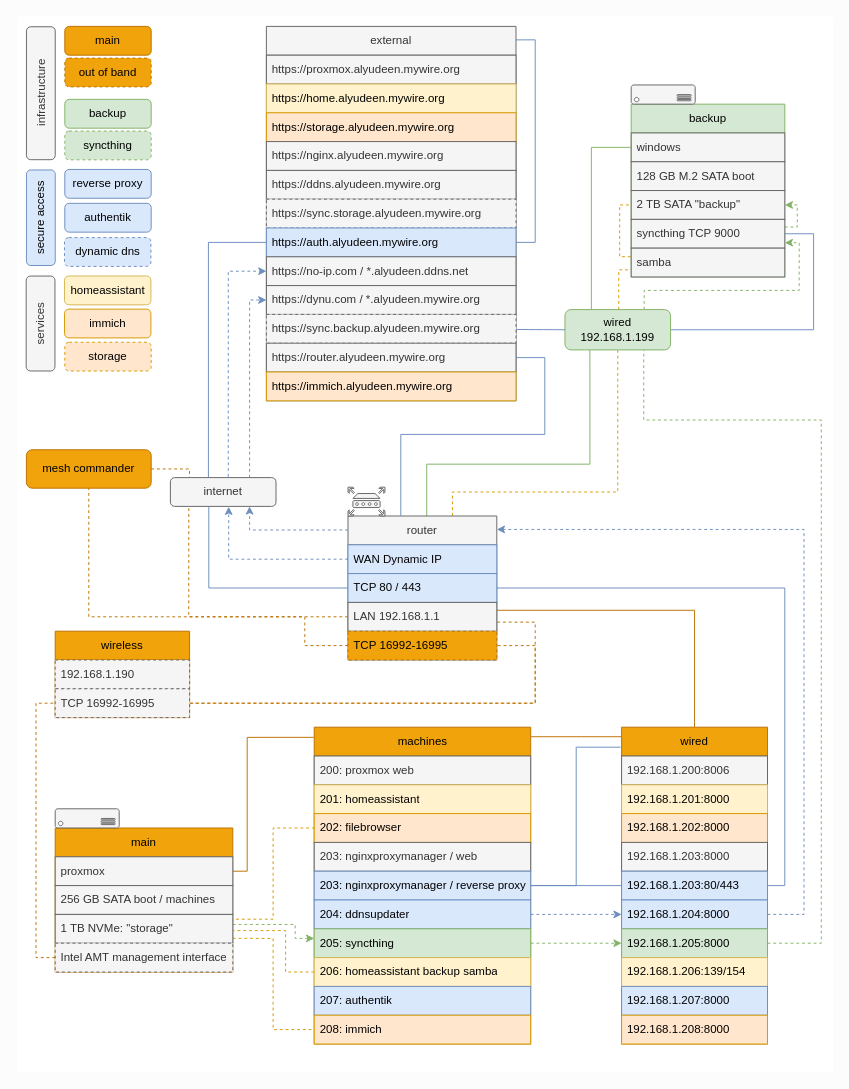
Before: architecture/diagram.drawio in MahmoudAlyuDeen/diwansync, a draw.io diagram. Source tidied: cells renumbered, new cells numbered last; positions are measured from the earlier drawing's top-left corner, leaving out a move shared by most shapes. Both pictures are drawn from the tidied source at 96%, with x=0, y=0 at pixel (-26, 16).
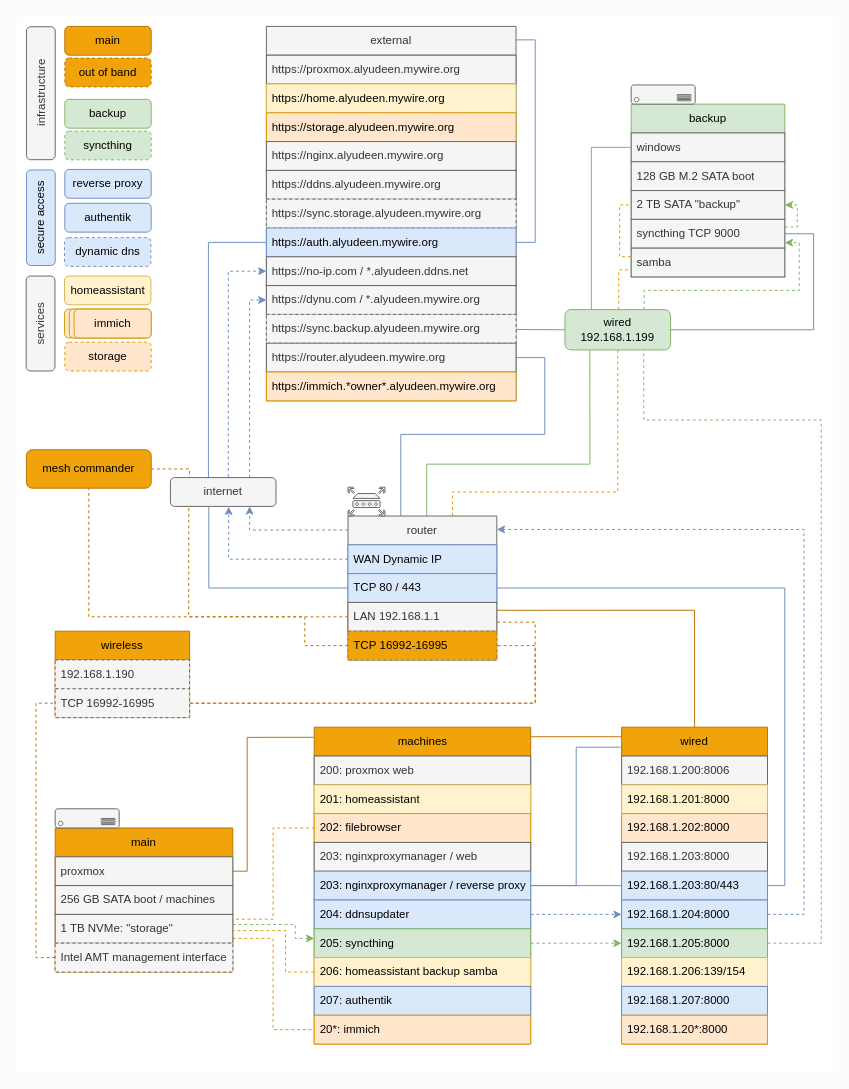
The same diagram, later.

Commit message (it also covers changes not shown here):
- 22*-immich: update architecture diagram with multiple instances.

The change refers to these unchanged cells:
```xml
<mxCell id="4" value="wired" style="swimlane;fontStyle=0;horizontal=1;startSize=30;whiteSpace=wrap;html=1;fillColor=#f0a30a;fontColor=#000000;strokeColor=#BD7000;noLabel=0;" parent="1" vertex="1">
  <mxGeometry x="674" y="740" width="152" height="330" as="geometry" />
</mxCell>
<mxCell id="16" value="machines" style="swimlane;fontStyle=0;horizontal=1;startSize=30;whiteSpace=wrap;html=1;fillColor=#f0a30a;fontColor=#000000;strokeColor=#BD7000;" parent="1" vertex="1">
  <mxGeometry x="353.8" y="740" width="225.5" height="330" as="geometry" />
</mxCell>
<mxCell id="39" value="external" style="swimlane;fontStyle=0;horizontal=1;startSize=30;whiteSpace=wrap;html=1;swimlaneFillColor=none;fillColor=#f5f5f5;fontColor=#333333;strokeColor=#666666;" parent="1" vertex="1">
  <mxGeometry x="304" y="10" width="260" height="390" as="geometry" />
</mxCell>
```

Diff of the diagram source:
```diff
@@
-    <mxCell id="14" value="&lt;div&gt;192.168.1.208:8000&lt;/div&gt;" style="text;strokeColor=#d79b00;fillColor=#ffe6cc;align=left;verticalAlign=middle;spacingLeft=4;spacingRight=4;overflow=hidden;whiteSpace=wrap;html=1;" parent="4" vertex="1">
+    <mxCell id="14" value="&lt;div&gt;192.168.1.20*:8000&lt;/div&gt;" style="text;strokeColor=#d79b00;fillColor=#ffe6cc;align=left;verticalAlign=middle;spacingLeft=4;spacingRight=4;overflow=hidden;whiteSpace=wrap;html=1;" parent="4" vertex="1">
       <mxGeometry y="300" width="152" height="30" as="geometry" />
     </mxCell>
@@
-    <mxCell id="26" value="208: immich" style="text;strokeColor=#d79b00;fillColor=#ffe6cc;align=left;verticalAlign=middle;spacingLeft=4;spacingRight=4;overflow=hidden;points=[[0,0.5],[1,0.5]];portConstraint=eastwest;whiteSpace=wrap;html=1;" parent="16" vertex="1">
+    <mxCell id="26" value="20*: immich" style="text;strokeColor=#d79b00;fillColor=#ffe6cc;align=left;verticalAlign=middle;spacingLeft=4;spacingRight=4;overflow=hidden;points=[[0,0.5],[1,0.5]];portConstraint=eastwest;whiteSpace=wrap;html=1;" parent="16" vertex="1">
       <mxGeometry y="300" width="225.5" height="30" as="geometry" />
     </mxCell>
@@
-    <mxCell id="51" value="https://immich.alyudeen.mywire.org" style="text;strokeColor=#d79b00;fillColor=#ffe6cc;align=left;verticalAlign=middle;spacingLeft=4;spacingRight=4;overflow=hidden;whiteSpace=wrap;html=1;" parent="39" vertex="1">
+    <mxCell id="51" value="https://immich.*owner*.alyudeen.mywire.org" style="text;strokeColor=#d79b00;fillColor=#ffe6cc;align=left;verticalAlign=middle;spacingLeft=4;spacingRight=4;overflow=hidden;whiteSpace=wrap;html=1;" parent="39" vertex="1">
       <mxGeometry y="360" width="260" height="30" as="geometry" />
     </mxCell>
@@
-    <mxCell id="86" value="immich" style="rounded=1;whiteSpace=wrap;html=1;fillColor=#ffe6cc;strokeColor=#d79b00;" parent="1" vertex="1">
+    <mxCell id="86" style="rounded=1;whiteSpace=wrap;html=1;fillColor=#ffe6cc;strokeColor=#d79b00;" parent="1" vertex="1">
       <mxGeometry x="93.7" y="304.5" width="90" height="30" as="geometry" />
     </mxCell>
@@
+    <mxCell id="116" style="rounded=1;whiteSpace=wrap;html=1;fillColor=#ffe6cc;strokeColor=#d79b00;" parent="1" vertex="1">
+      <mxGeometry x="98.7" y="304.5" width="85.3" height="30" as="geometry" />
+    </mxCell>
+    <mxCell id="117" value="immich" style="rounded=1;whiteSpace=wrap;html=1;fillColor=#ffe6cc;strokeColor=#d79b00;" parent="1" vertex="1">
+      <mxGeometry x="103.7" y="304.5" width="80.3" height="30" as="geometry" />
+    </mxCell>
```
